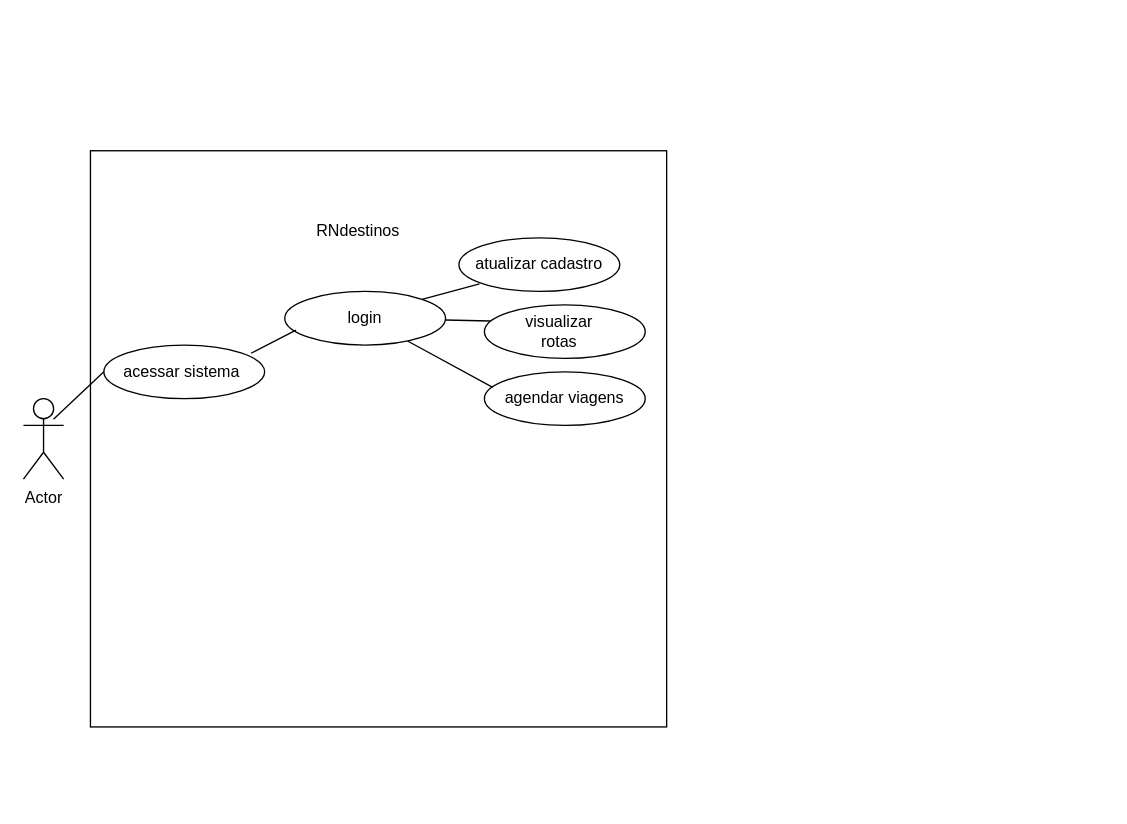
Above: documentos/diagramas_casos_de_uso.drawio in manuoliveiraa2/RNdestinos (draw.io), before the change. Source tidied: cells renumbered, new cells numbered last; positions are measured from the earlier drawing's top-left corner, leaving out a move shared by most shapes. Both pictures are drawn from the tidied source at 134%, with x=0, y=0 at pixel (23, 150).
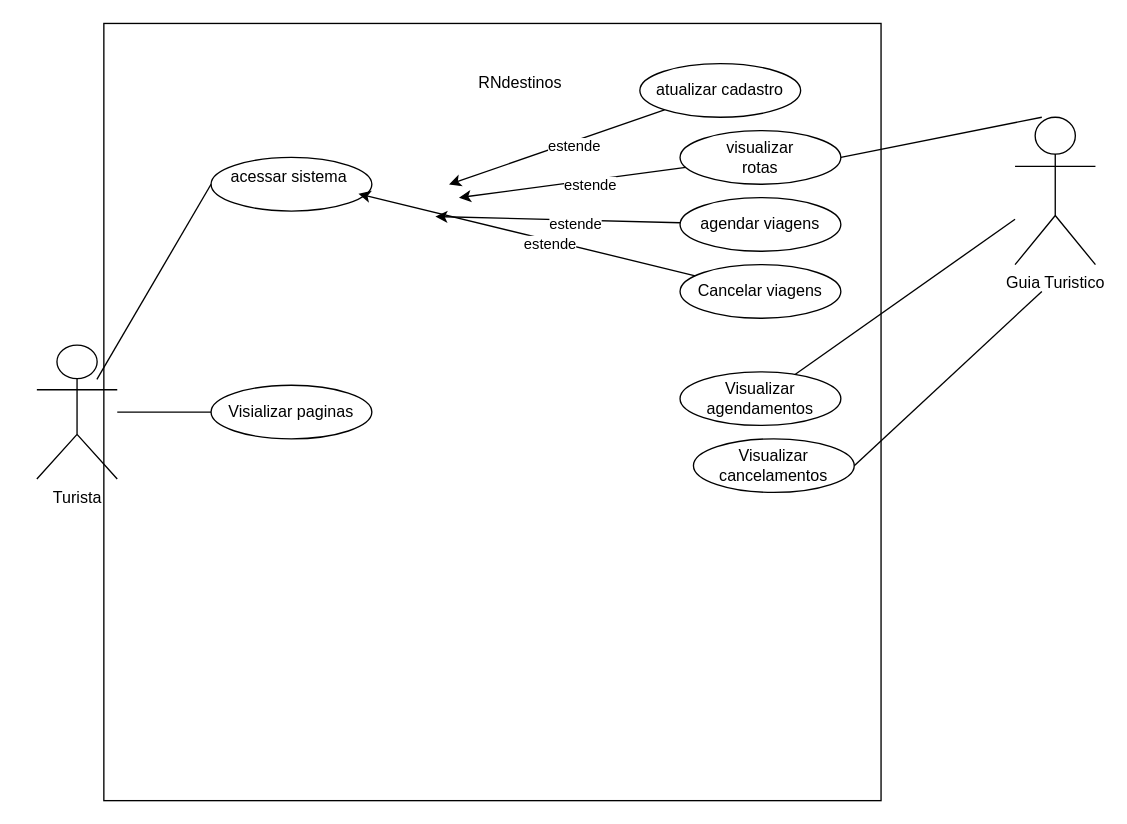
The same diagram, later.

The edit, as a diff of the source:
```diff
@@
     <mxCell id="2" style="whiteSpace=wrap;html=1;" parent="1" vertex="1">
-      <mxGeometry x="50" width="430" height="430" as="geometry" />
+      <mxGeometry x="60" y="-95" width="580" height="580" as="geometry" />
     </mxCell>
     <mxCell id="3" value="RNdestinos" style="text;html=1;strokeColor=none;fillColor=none;align=center;verticalAlign=middle;whiteSpace=wrap;rounded=0;" parent="1" vertex="1">
-      <mxGeometry x="220" y="45" width="60" height="30" as="geometry" />
+      <mxGeometry x="340.5" y="-65" width="60" height="30" as="geometry" />
     </mxCell>
-    <mxCell id="4" value="Actor" style="shape=umlActor;verticalLabelPosition=bottom;verticalAlign=top;html=1;outlineConnect=0;" parent="1" vertex="1">
-      <mxGeometry y="185" width="30" height="60" as="geometry" />
+    <mxCell id="4" value="Turista&lt;br&gt;" style="shape=umlActor;verticalLabelPosition=bottom;verticalAlign=top;html=1;outlineConnect=0;" parent="1" vertex="1">
+      <mxGeometry x="10" y="145" width="60" height="100" as="geometry" />
     </mxCell>
     <mxCell id="5" style="ellipse;whiteSpace=wrap;html=1;" parent="1" vertex="1">
-      <mxGeometry x="60" y="145" width="120" height="40" as="geometry" />
+      <mxGeometry x="140" y="5" width="120" height="40" as="geometry" />
     </mxCell>
     <mxCell id="6" value="acessar sistema&amp;nbsp;" style="text;html=1;strokeColor=none;fillColor=none;align=center;verticalAlign=middle;whiteSpace=wrap;rounded=0;" parent="1" vertex="1">
-      <mxGeometry x="70" y="150" width="100" height="30" as="geometry" />
+      <mxGeometry x="150" y="5" width="100" height="30" as="geometry" />
     </mxCell>
-    <mxCell id="7" value="login" style="ellipse;whiteSpace=wrap;html=1;" parent="1" vertex="1">
-      <mxGeometry x="195" y="105" width="120" height="40" as="geometry" />
-    </mxCell>
     <mxCell id="8" value="agendar viagens" style="ellipse;whiteSpace=wrap;html=1;" parent="1" vertex="1">
-      <mxGeometry x="344" y="165" width="120" height="40" as="geometry" />
+      <mxGeometry x="490" y="35" width="120" height="40" as="geometry" />
     </mxCell>
     <mxCell id="9" style="ellipse;whiteSpace=wrap;html=1;fontStyle=1;" parent="1" vertex="1">
-      <mxGeometry x="344" y="115" width="120" height="40" as="geometry" />
+      <mxGeometry x="490" y="-15" width="120" height="40" as="geometry" />
     </mxCell>
+    <mxCell id="17" style="edgeStyle=none;html=1;entryX=0.938;entryY=0.255;entryDx=0;entryDy=0;entryPerimeter=0;" parent="1" edge="1" source="10">
+      <mxGeometry relative="1" as="geometry">
+        <mxPoint x="317.6" y="25.2" as="targetPoint" />
+      </mxGeometry>
+    </mxCell>
+    <mxCell id="18" value="estende" style="edgeLabel;html=1;align=center;verticalAlign=middle;" parent="17" vertex="1">
+      <mxGeometry x="-0.14" y="3" relative="1" as="geometry" />
+    </mxCell>
     <mxCell id="10" value="atualizar cadastro" style="ellipse;whiteSpace=wrap;html=1;" parent="1" vertex="1">
-      <mxGeometry x="325" y="65" width="120" height="40" as="geometry" />
+      <mxGeometry x="460" y="-65" width="120" height="40" as="geometry" />
     </mxCell>
-    <mxCell id="11" style="endArrow=none;html=1;exitX=0.915;exitY=0.153;exitDx=0;exitDy=0;entryX=0.07;entryY=0.721;entryDx=0;entryDy=0;entryPerimeter=0;exitPerimeter=0;" parent="1" edge="1" source="5" target="7">
-      <mxGeometry relative="1" as="geometry" />
-    </mxCell>
-    <mxCell id="12" style="endArrow=none;html=1;entryX=0.037;entryY=0.302;entryDx=0;entryDy=0;entryPerimeter=0;" parent="1" edge="1" source="7" target="9">
-      <mxGeometry relative="1" as="geometry" />
-    </mxCell>
-    <mxCell id="13" style="endArrow=none;html=1;entryX=0.052;entryY=0.289;entryDx=0;entryDy=0;entryPerimeter=0;" parent="1" edge="1" source="7" target="8">
-      <mxGeometry relative="1" as="geometry" />
-    </mxCell>
-    <mxCell id="14" style="endArrow=none;html=1;exitX=1;exitY=0;exitDx=0;exitDy=0;entryX=0.128;entryY=0.857;entryDx=0;entryDy=0;entryPerimeter=0;" parent="1" edge="1" source="7" target="10">
-      <mxGeometry relative="1" as="geometry" />
-    </mxCell>
     <mxCell id="15" value="visualizar rotas" style="text;html=1;strokeColor=none;fillColor=none;align=center;verticalAlign=middle;whiteSpace=wrap;rounded=0;" parent="1" vertex="1">
-      <mxGeometry x="370" y="120" width="60" height="30" as="geometry" />
+      <mxGeometry x="520" y="-10" width="60" height="30" as="geometry" />
     </mxCell>
@@
+    <mxCell id="19" style="edgeStyle=none;html=1;entryX=1;entryY=0.5;entryDx=0;entryDy=0;" parent="1" edge="1" source="9">
+      <mxGeometry relative="1" as="geometry">
+        <mxPoint x="325" y="35" as="targetPoint" />
+      </mxGeometry>
+    </mxCell>
+    <mxCell id="20" value="estende" style="edgeLabel;html=1;align=center;verticalAlign=middle;" parent="19" vertex="1">
+      <mxGeometry x="-0.14" y="3" relative="1" as="geometry" />
+    </mxCell>
+    <mxCell id="21" style="edgeStyle=none;html=1;entryX=1;entryY=1;entryDx=0;entryDy=0;" parent="1" edge="1" source="8">
+      <mxGeometry relative="1" as="geometry">
+        <mxPoint x="307.4" y="49.1" as="targetPoint" />
+      </mxGeometry>
+    </mxCell>
+    <mxCell id="22" value="estende" style="edgeLabel;html=1;align=center;verticalAlign=middle;" parent="21" vertex="1">
+      <mxGeometry x="-0.14" y="3" relative="1" as="geometry" />
+    </mxCell>
+    <mxCell id="23" value="Cancelar viagens" style="ellipse;whiteSpace=wrap;html=1;" parent="1" vertex="1">
+      <mxGeometry x="490" y="85" width="120" height="40" as="geometry" />
+    </mxCell>
+    <mxCell id="24" style="edgeStyle=none;html=1;" parent="1" edge="1" source="23" target="6">
+      <mxGeometry relative="1" as="geometry" />
+    </mxCell>
+    <mxCell id="25" value="estende" style="edgeLabel;html=1;align=center;verticalAlign=middle;" parent="24" vertex="1">
+      <mxGeometry x="-0.14" y="3" relative="1" as="geometry" />
+    </mxCell>
+    <mxCell id="26" value="Visializar paginas" style="ellipse;whiteSpace=wrap;html=1;" parent="1" vertex="1">
+      <mxGeometry x="140" y="175" width="120" height="40" as="geometry" />
+    </mxCell>
+    <mxCell id="27" value="Guia Turistico&lt;br&gt;" style="shape=umlActor;verticalLabelPosition=bottom;verticalAlign=top;html=1;outlineConnect=0;" parent="1" vertex="1">
+      <mxGeometry x="740" y="-25" width="60" height="110" as="geometry" />
+    </mxCell>
+    <mxCell id="28" style="endArrow=none;html=1;exitX=1;exitY=0.5;exitDx=0;exitDy=0;entryX=0.333;entryY=0;entryDx=0;entryDy=0;entryPerimeter=0;" parent="1" edge="1" source="9" target="27">
+      <mxGeometry relative="1" as="geometry" />
+    </mxCell>
+    <mxCell id="29" value="Visualizar agendamentos" style="ellipse;whiteSpace=wrap;html=1;" parent="1" vertex="1">
+      <mxGeometry x="490" y="165" width="120" height="40" as="geometry" />
+    </mxCell>
+    <mxCell id="30" value="Visualizar cancelamentos" style="ellipse;whiteSpace=wrap;html=1;" parent="1" vertex="1">
+      <mxGeometry x="500" y="215" width="120" height="40" as="geometry" />
+    </mxCell>
+    <mxCell id="31" style="endArrow=none;html=1;exitX=0;exitY=0.5;exitDx=0;exitDy=0;" parent="1" edge="1" source="26" target="4">
+      <mxGeometry relative="1" as="geometry" />
+    </mxCell>
+    <mxCell id="32" style="endArrow=none;html=1;" parent="1" edge="1" source="29" target="27">
+      <mxGeometry relative="1" as="geometry" />
+    </mxCell>
+    <mxCell id="33" style="endArrow=none;html=1;" parent="1" edge="1">
+      <mxGeometry relative="1" as="geometry">
+        <mxPoint x="620" y="235" as="sourcePoint" />
+        <mxPoint x="760" y="105" as="targetPoint" />
+      </mxGeometry>
+    </mxCell>
```
